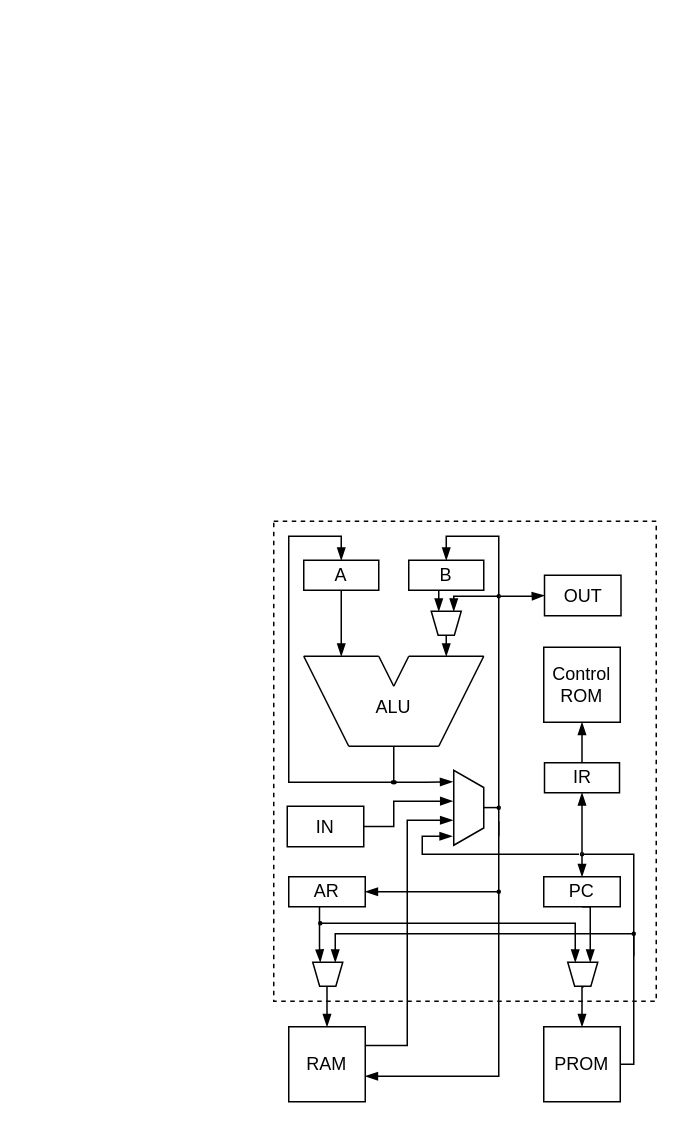
Before: docs/blocos.drawio in RicardoKers/CpuDidatica, a draw.io diagram. Source tidied: cells renumbered, new cells numbered last; positions are measured from the earlier drawing's top-left corner, leaving out a move shared by most shapes. Both pictures are drawn from the tidied source at 150%, with x=0, y=0 at pixel (273, 520).
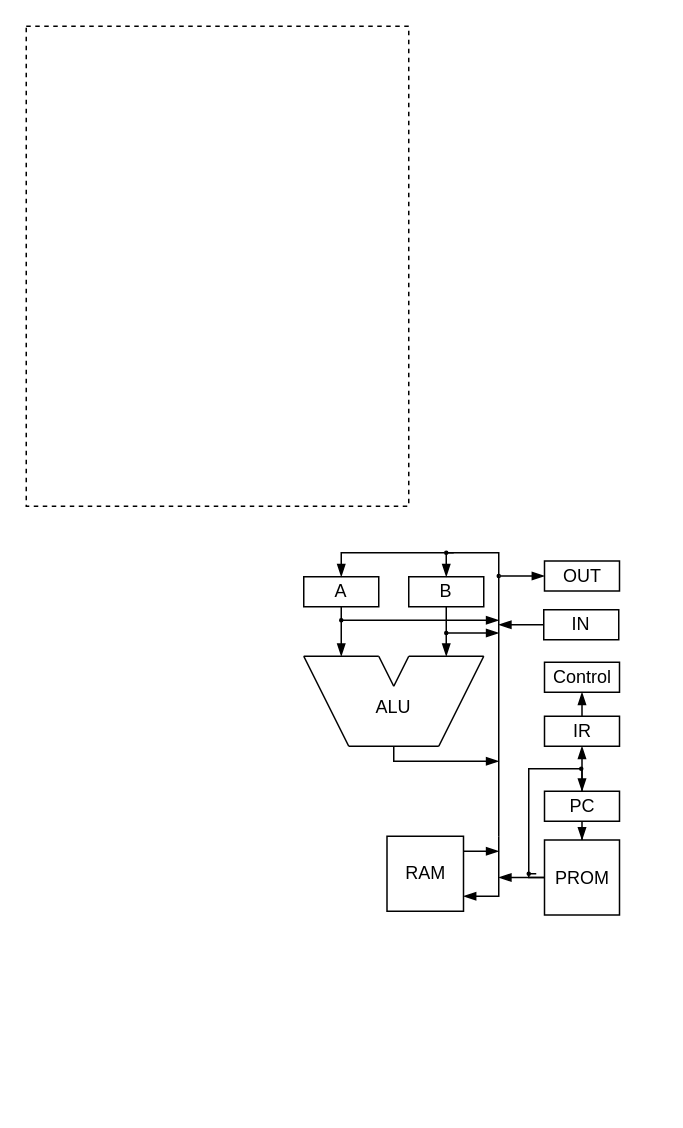
The same diagram, later.

The edit, as a diff of the source:
```diff
@@
     <mxCell id="2" style="rounded=0;whiteSpace=wrap;html=1;fillColor=none;dashed=1;" parent="1" vertex="1">
-      <mxGeometry width="255" height="320" as="geometry" />
+      <mxGeometry x="-165" y="-330" width="255" height="320" as="geometry" />
     </mxCell>
@@
     <mxCell id="4" value="A" style="rounded=0;whiteSpace=wrap;html=1;" parent="1" vertex="1">
-      <mxGeometry x="20" y="26" width="50" height="20" as="geometry" />
+      <mxGeometry x="20" y="37" width="50" height="20" as="geometry" />
     </mxCell>
-    <mxCell id="5" style="edgeStyle=orthogonalEdgeStyle;rounded=0;orthogonalLoop=1;jettySize=auto;html=1;exitX=0.5;exitY=1;exitDx=0;exitDy=0;entryX=0.5;entryY=0;entryDx=0;entryDy=0;startArrow=none;startFill=0;endArrow=blockThin;endFill=1;" parent="1" edge="1">
+    <mxCell id="5" style="edgeStyle=orthogonalEdgeStyle;rounded=0;jettySize=auto;html=1;exitX=0.5;exitY=1;exitDx=0;exitDy=0;startArrow=none;startFill=0;endArrow=blockThin;endFill=1;" parent="1" edge="1" source="65">
       <mxGeometry relative="1" as="geometry">
-        <mxPoint x="110" y="46" as="sourcePoint" />
-        <mxPoint x="110" y="60" as="targetPoint" />
+        <mxPoint x="115" y="90" as="targetPoint" />
       </mxGeometry>
     </mxCell>
     <mxCell id="6" value="B" style="rounded=0;whiteSpace=wrap;html=1;" parent="1" vertex="1">
-      <mxGeometry x="90" y="26" width="50" height="20" as="geometry" />
+      <mxGeometry x="90" y="37" width="50" height="20" as="geometry" />
     </mxCell>
@@
+    <mxCell id="56" style="edgeStyle=orthogonalEdgeStyle;rounded=0;orthogonalLoop=1;jettySize=auto;html=1;endArrow=blockThin;endFill=1;" parent="1" edge="1">
+      <mxGeometry relative="1" as="geometry">
+        <mxPoint x="80" y="150" as="sourcePoint" />
+        <mxPoint x="150" y="160" as="targetPoint" />
+        <Array as="points">
+          <mxPoint x="80" y="160" />
+        </Array>
+      </mxGeometry>
+    </mxCell>
@@
-    <mxCell id="15" style="edgeStyle=orthogonalEdgeStyle;rounded=0;jettySize=auto;html=1;endArrow=none;endFill=0;entryX=0.5;entryY=1;entryDx=0;entryDy=0;" parent="1" edge="1" target="34">
-      <mxGeometry relative="1" as="geometry">
-        <mxPoint x="80" y="150" as="sourcePoint" />
-      </mxGeometry>
-    </mxCell>
     <mxCell id="16" style="edgeStyle=orthogonalEdgeStyle;rounded=0;jettySize=auto;html=1;entryX=0.5;entryY=0;entryDx=0;entryDy=0;endArrow=blockThin;endFill=1;" parent="1" edge="1" target="6">
       <mxGeometry relative="1" as="geometry">
         <mxPoint x="150" y="210" as="sourcePoint" />
         <Array as="points">
-          <mxPoint x="150" y="10" />
-          <mxPoint x="115" y="10" />
+          <mxPoint x="150" y="21" />
+          <mxPoint x="115" y="21" />
         </Array>
       </mxGeometry>
     </mxCell>
-    <mxCell id="17" style="edgeStyle=orthogonalEdgeStyle;rounded=0;jettySize=auto;html=1;endArrow=blockThin;endFill=1;entryX=0.25;entryY=0;entryDx=0;entryDy=0;" parent="1" edge="1" target="53">
-      <mxGeometry relative="1" as="geometry">
-        <mxPoint x="30.5" y="257" as="sourcePoint" />
-        <Array as="points">
-          <mxPoint x="30" y="284" />
-          <mxPoint x="31" y="284" />
-        </Array>
-      </mxGeometry>
-    </mxCell>
-    <mxCell id="18" value="AR" style="rounded=0;whiteSpace=wrap;html=1;" parent="1" vertex="1">
-      <mxGeometry x="10" y="237" width="51" height="20" as="geometry" />
-    </mxCell>
     <mxCell id="19" style="edgeStyle=orthogonalEdgeStyle;rounded=0;jettySize=auto;html=1;endArrow=none;endFill=0;startArrow=blockThin;startFill=1;" parent="1" edge="1" source="21">
       <mxGeometry relative="1" as="geometry">
-        <mxPoint x="150" y="200" as="targetPoint" />
+        <mxPoint x="150" y="210" as="targetPoint" />
         <Array as="points">
-          <mxPoint x="150" y="370" />
+          <mxPoint x="150" y="250" />
         </Array>
       </mxGeometry>
     </mxCell>
-    <mxCell id="20" style="edgeStyle=orthogonalEdgeStyle;rounded=0;jettySize=auto;html=1;entryX=0.313;entryY=0.98;entryDx=0;entryDy=0;entryPerimeter=0;startArrow=none;startFill=0;endArrow=blockThin;endFill=1;exitX=1;exitY=0.25;exitDx=0;exitDy=0;" parent="1" edge="1" source="21">
-      <mxGeometry relative="1" as="geometry">
-        <mxPoint x="119.4" y="199.3" as="targetPoint" />
-        <Array as="points">
-          <mxPoint x="89" y="350" />
-          <mxPoint x="89" y="199" />
-        </Array>
-      </mxGeometry>
-    </mxCell>
+    <mxCell id="57" style="edgeStyle=orthogonalEdgeStyle;rounded=0;jettySize=auto;html=1;endArrow=blockThin;endFill=1;" parent="1" edge="1" source="21">
+      <mxGeometry relative="1" as="geometry">
+        <mxPoint x="150" y="220" as="targetPoint" />
+        <Array as="points">
+          <mxPoint x="150" y="220" />
+        </Array>
+      </mxGeometry>
+    </mxCell>
     <mxCell id="21" value="RAM" style="rounded=0;whiteSpace=wrap;html=1;" parent="1" vertex="1">
-      <mxGeometry x="10" y="337" width="51" height="50" as="geometry" />
+      <mxGeometry x="75.5" y="210" width="51" height="50" as="geometry" />
     </mxCell>
-    <mxCell id="22" style="edgeStyle=orthogonalEdgeStyle;rounded=0;jettySize=auto;html=1;exitX=0.5;exitY=1;exitDx=0;exitDy=0;entryX=0.75;entryY=0;entryDx=0;entryDy=0;startArrow=none;startFill=0;endArrow=blockThin;endFill=1;" parent="1" edge="1" source="23" target="55">
-      <mxGeometry relative="1" as="geometry">
-        <Array as="points">
-          <mxPoint x="211" y="257" />
-        </Array>
-      </mxGeometry>
-    </mxCell>
+    <mxCell id="58" style="edgeStyle=orthogonalEdgeStyle;rounded=0;jettySize=auto;html=1;entryX=0.5;entryY=0;entryDx=0;entryDy=0;endArrow=blockThin;endFill=1;" parent="1" edge="1" source="23" target="25">
+      <mxGeometry relative="1" as="geometry" />
+    </mxCell>
+    <mxCell id="59" style="edgeStyle=orthogonalEdgeStyle;rounded=0;jettySize=auto;html=1;exitX=0.5;exitY=0;exitDx=0;exitDy=0;entryX=0.5;entryY=1;entryDx=0;entryDy=0;endArrow=blockThin;endFill=1;" parent="1" edge="1" source="23" target="30">
+      <mxGeometry relative="1" as="geometry" />
+    </mxCell>
     <mxCell id="23" value="PC" style="rounded=0;whiteSpace=wrap;html=1;" parent="1" vertex="1">
-      <mxGeometry x="180" y="237" width="51" height="20" as="geometry" />
+      <mxGeometry x="180.5" y="180" width="50" height="20" as="geometry" />
     </mxCell>
-    <mxCell id="24" style="edgeStyle=orthogonalEdgeStyle;rounded=0;jettySize=auto;html=1;entryX=0.5;entryY=0;entryDx=0;entryDy=0;endArrow=blockThin;endFill=1;" parent="1" edge="1" source="25" target="23">
+    <mxCell id="24" style="edgeStyle=orthogonalEdgeStyle;rounded=0;jettySize=auto;html=1;entryX=0.5;entryY=0;entryDx=0;entryDy=0;endArrow=blockThin;endFill=1;exitX=0;exitY=0.5;exitDx=0;exitDy=0;" parent="1" edge="1" source="25" target="23">
       <mxGeometry relative="1" as="geometry">
         <Array as="points">
-          <mxPoint x="240" y="362" />
-          <mxPoint x="240" y="222" />
-          <mxPoint x="206" y="222" />
+          <mxPoint x="170" y="237" />
+          <mxPoint x="170" y="165" />
+          <mxPoint x="205" y="165" />
         </Array>
       </mxGeometry>
     </mxCell>
+    <mxCell id="60" style="edgeStyle=orthogonalEdgeStyle;rounded=0;jettySize=auto;html=1;exitX=0;exitY=0.5;exitDx=0;exitDy=0;endArrow=blockThin;endFill=1;" parent="1" edge="1" source="25">
+      <mxGeometry relative="1" as="geometry">
+        <mxPoint x="150" y="237.4" as="targetPoint" />
+      </mxGeometry>
+    </mxCell>
     <mxCell id="25" value="PROM" style="rounded=0;whiteSpace=wrap;html=1;" parent="1" vertex="1">
-      <mxGeometry x="180" y="337" width="51" height="50" as="geometry" />
+      <mxGeometry x="180.5" y="212.5" width="50" height="50" as="geometry" />
     </mxCell>
-    <mxCell id="26" style="verticalLabelPosition=middle;verticalAlign=middle;html=1;shape=trapezoid;perimeter=trapezoidPerimeter;whiteSpace=wrap;size=0.23;arcSize=10;flipV=1;labelPosition=center;align=center;rotation=-90;" parent="1" vertex="1">
-      <mxGeometry x="105" y="181" width="50" height="20" as="geometry" />
-    </mxCell>
-    <mxCell id="27" value="Control&lt;br&gt;ROM" style="rounded=0;whiteSpace=wrap;html=1;" parent="1" vertex="1">
-      <mxGeometry x="180" y="84" width="51" height="50" as="geometry" />
+    <mxCell id="27" value="Control" style="rounded=0;whiteSpace=wrap;html=1;" parent="1" vertex="1">
+      <mxGeometry x="180.5" y="94" width="50" height="20" as="geometry" />
     </mxCell>
-    <mxCell id="28" style="edgeStyle=orthogonalEdgeStyle;rounded=0;jettySize=auto;html=1;entryX=0.5;entryY=1;entryDx=0;entryDy=0;endArrow=blockThin;endFill=1;" parent="1" edge="1" source="30" target="27">
+    <mxCell id="28" style="edgeStyle=orthogonalEdgeStyle;rounded=0;jettySize=auto;html=1;exitX=0.5;exitY=0;exitDx=0;exitDy=0;entryX=0.5;entryY=1;entryDx=0;entryDy=0;endArrow=blockThin;endFill=1;" parent="1" edge="1" source="30" target="27">
       <mxGeometry relative="1" as="geometry" />
     </mxCell>
-    <mxCell id="29" style="edgeStyle=orthogonalEdgeStyle;rounded=0;jettySize=auto;html=1;exitX=0.5;exitY=1;exitDx=0;exitDy=0;entryX=0.5;entryY=0;entryDx=0;entryDy=0;startArrow=blockThin;startFill=1;endArrow=none;endFill=0;" parent="1" edge="1" source="30" target="36">
-      <mxGeometry relative="1" as="geometry" />
-    </mxCell>
     <mxCell id="30" value="IR" style="rounded=0;whiteSpace=wrap;html=1;" parent="1" vertex="1">
-      <mxGeometry x="180.5" y="161" width="50" height="20" as="geometry" />
+      <mxGeometry x="180.5" y="130" width="50" height="20" as="geometry" />
     </mxCell>
-    <mxCell id="31" style="edgeStyle=orthogonalEdgeStyle;rounded=0;orthogonalLoop=1;jettySize=auto;html=1;endArrow=none;endFill=0;exitX=0.547;exitY=-0.056;exitDx=0;exitDy=0;exitPerimeter=0;" parent="1" edge="1">
-      <mxGeometry relative="1" as="geometry">
-        <mxPoint x="140.1" y="190.9" as="sourcePoint" />
-        <mxPoint x="150" y="190" as="targetPoint" />
-      </mxGeometry>
-    </mxCell>
-    <mxCell id="32" style="edgeStyle=orthogonalEdgeStyle;rounded=0;jettySize=auto;html=1;entryX=0.847;entryY=1.035;entryDx=0;entryDy=0;entryPerimeter=0;startArrow=none;startFill=0;endArrow=blockThin;endFill=1;" parent="1" edge="1" source="34" target="26">
-      <mxGeometry relative="1" as="geometry" />
-    </mxCell>
-    <mxCell id="33" style="edgeStyle=orthogonalEdgeStyle;rounded=0;jettySize=auto;html=1;startArrow=none;startFill=0;endArrow=blockThin;endFill=1;entryX=0.5;entryY=0;entryDx=0;entryDy=0;" parent="1" edge="1" source="34" target="4">
+    <mxCell id="33" style="edgeStyle=orthogonalEdgeStyle;rounded=0;jettySize=auto;html=1;startArrow=none;startFill=0;endArrow=blockThin;endFill=1;entryX=0.5;entryY=0;entryDx=0;entryDy=0;" parent="1" edge="1" source="38" target="4">
       <mxGeometry relative="1" as="geometry">
         <Array as="points">
-          <mxPoint x="10" y="174" />
-          <mxPoint x="10" y="10" />
-          <mxPoint x="45" y="10" />
+          <mxPoint x="45" y="21" />
         </Array>
       </mxGeometry>
     </mxCell>
-    <mxCell id="34" style="ellipse;whiteSpace=wrap;html=1;fillColor=#000000;" parent="1" vertex="1">
-      <mxGeometry x="78.5" y="173" width="3" height="2" as="geometry" />
-    </mxCell>
-    <mxCell id="35" style="edgeStyle=orthogonalEdgeStyle;rounded=0;orthogonalLoop=1;jettySize=auto;html=1;entryX=0.12;entryY=1;entryDx=0;entryDy=0;entryPerimeter=0;startArrow=none;startFill=0;endArrow=blockThin;endFill=1;" parent="1" edge="1">
-      <mxGeometry relative="1" as="geometry">
-        <mxPoint x="203.5" y="222" as="sourcePoint" />
-        <mxPoint x="119" y="210" as="targetPoint" />
-        <Array as="points">
-          <mxPoint x="99" y="222" />
-          <mxPoint x="99" y="210" />
-        </Array>
-      </mxGeometry>
-    </mxCell>
-    <mxCell id="36" style="ellipse;whiteSpace=wrap;html=1;fillColor=none;" parent="1" vertex="1">
-      <mxGeometry x="204.5" y="221" width="2" height="2" as="geometry" />
-    </mxCell>
-    <mxCell id="37" style="edgeStyle=orthogonalEdgeStyle;rounded=0;jettySize=auto;html=1;startArrow=none;startFill=0;endArrow=blockThin;endFill=1;entryX=1;entryY=0.5;entryDx=0;entryDy=0;" parent="1" edge="1" source="38" target="18">
-      <mxGeometry relative="1" as="geometry" />
-    </mxCell>
-    <mxCell id="38" style="ellipse;whiteSpace=wrap;html=1;fillColor=#000000;" parent="1" vertex="1">
-      <mxGeometry x="149" y="246" width="2" height="2" as="geometry" />
-    </mxCell>
-    <mxCell id="39" style="edgeStyle=orthogonalEdgeStyle;rounded=0;jettySize=auto;html=1;entryX=0.75;entryY=0;entryDx=0;entryDy=0;startArrow=none;startFill=0;endArrow=blockThin;endFill=1;" parent="1" edge="1" source="41" target="44">
-      <mxGeometry relative="1" as="geometry">
-        <Array as="points">
-          <mxPoint x="120" y="50" />
-        </Array>
-      </mxGeometry>
-    </mxCell>
@@
     <mxCell id="41" style="ellipse;whiteSpace=wrap;html=1;fillColor=none;" parent="1" vertex="1">
-      <mxGeometry x="149" y="49" width="2" height="2" as="geometry" />
+      <mxGeometry x="149" y="35.5" width="2" height="2" as="geometry" />
     </mxCell>
-    <mxCell id="42" style="ellipse;whiteSpace=wrap;html=1;fillColor=none;" parent="1" vertex="1">
-      <mxGeometry x="149" y="190" width="2" height="2" as="geometry" />
-    </mxCell>
-    <mxCell id="43" style="edgeStyle=orthogonalEdgeStyle;rounded=0;jettySize=auto;html=1;exitX=0.5;exitY=1;exitDx=0;exitDy=0;startArrow=none;startFill=0;endArrow=blockThin;endFill=1;" parent="1" edge="1" source="44">
-      <mxGeometry relative="1" as="geometry">
-        <mxPoint x="115" y="90" as="targetPoint" />
-      </mxGeometry>
-    </mxCell>
-    <mxCell id="44" style="verticalLabelPosition=middle;verticalAlign=middle;html=1;shape=trapezoid;perimeter=trapezoidPerimeter;whiteSpace=wrap;size=0.23;arcSize=10;flipV=1;labelPosition=center;align=center;rotation=0;" parent="1" vertex="1">
-      <mxGeometry x="105" y="60" width="20" height="16" as="geometry" />
-    </mxCell>
-    <mxCell id="45" style="edgeStyle=orthogonalEdgeStyle;rounded=0;jettySize=auto;html=1;entryX=0.588;entryY=1.029;entryDx=0;entryDy=0;entryPerimeter=0;startArrow=none;startFill=0;endArrow=blockThin;endFill=1;" parent="1" edge="1" source="46" target="26">
-      <mxGeometry relative="1" as="geometry">
-        <Array as="points">
-          <mxPoint x="80" y="204" />
-          <mxPoint x="80" y="187" />
-        </Array>
-      </mxGeometry>
-    </mxCell>
+    <mxCell id="61" style="edgeStyle=orthogonalEdgeStyle;rounded=0;jettySize=auto;html=1;endArrow=blockThin;endFill=1;" parent="1" edge="1" source="46">
+      <mxGeometry relative="1" as="geometry">
+        <mxPoint x="150" y="69" as="targetPoint" />
+      </mxGeometry>
+    </mxCell>
     <mxCell id="46" value="IN" style="rounded=0;whiteSpace=wrap;html=1;" parent="1" vertex="1">
-      <mxGeometry x="9" y="190" width="51" height="27" as="geometry" />
+      <mxGeometry x="180" y="59" width="50" height="20" as="geometry" />
     </mxCell>
     <mxCell id="47" value="OUT" style="rounded=0;whiteSpace=wrap;html=1;" parent="1" vertex="1">
-      <mxGeometry x="180.5" y="36" width="51" height="27" as="geometry" />
+      <mxGeometry x="180.5" y="26.5" width="50" height="20" as="geometry" />
     </mxCell>
-    <mxCell id="48" style="edgeStyle=orthogonalEdgeStyle;rounded=0;jettySize=auto;html=1;entryX=0.25;entryY=0;entryDx=0;entryDy=0;startArrow=none;startFill=0;endArrow=blockThin;endFill=1;" parent="1" edge="1" source="49" target="55">
-      <mxGeometry relative="1" as="geometry" />
-    </mxCell>
-    <mxCell id="49" style="ellipse;whiteSpace=wrap;html=1;fillColor=#000000;" parent="1" vertex="1">
-      <mxGeometry x="30" y="267" width="2" height="2" as="geometry" />
-    </mxCell>
-    <mxCell id="50" style="edgeStyle=orthogonalEdgeStyle;rounded=0;jettySize=auto;html=1;entryX=0.75;entryY=0;entryDx=0;entryDy=0;startArrow=none;startFill=0;endArrow=blockThin;endFill=1;" parent="1" edge="1" target="53">
-      <mxGeometry relative="1" as="geometry">
-        <mxPoint x="240" y="290" as="sourcePoint" />
-        <Array as="points">
-          <mxPoint x="240" y="275" />
-          <mxPoint x="41" y="275" />
-        </Array>
-      </mxGeometry>
-    </mxCell>
+    <mxCell id="62" style="edgeStyle=orthogonalEdgeStyle;rounded=0;jettySize=auto;html=1;endArrow=blockThin;endFill=1;" parent="1" edge="1" source="51">
+      <mxGeometry relative="1" as="geometry">
+        <mxPoint x="150" y="66" as="targetPoint" />
+      </mxGeometry>
+    </mxCell>
     <mxCell id="51" style="ellipse;whiteSpace=wrap;html=1;fillColor=#000000;" parent="1" vertex="1">
-      <mxGeometry x="239" y="274" width="2" height="2" as="geometry" />
+      <mxGeometry x="44" y="65" width="2" height="2" as="geometry" />
     </mxCell>
-    <mxCell id="52" style="edgeStyle=orthogonalEdgeStyle;rounded=0;orthogonalLoop=1;jettySize=auto;html=1;entryX=0.5;entryY=0;entryDx=0;entryDy=0;startArrow=none;startFill=0;endArrow=blockThin;endFill=1;" parent="1" edge="1">
-      <mxGeometry relative="1" as="geometry">
-        <mxPoint x="36" y="310" as="sourcePoint" />
-        <mxPoint x="35.5" y="337" as="targetPoint" />
-        <Array as="points">
-          <mxPoint x="36" y="337" />
-        </Array>
-      </mxGeometry>
-    </mxCell>
-    <mxCell id="53" style="verticalLabelPosition=middle;verticalAlign=middle;html=1;shape=trapezoid;perimeter=trapezoidPerimeter;whiteSpace=wrap;size=0.23;arcSize=10;flipV=1;labelPosition=center;align=center;rotation=0;" parent="1" vertex="1">
-      <mxGeometry x="26" y="294" width="20" height="16" as="geometry" />
-    </mxCell>
-    <mxCell id="54" style="edgeStyle=orthogonalEdgeStyle;rounded=0;jettySize=auto;html=1;startArrow=none;startFill=0;endArrow=blockThin;endFill=1;exitX=0.528;exitY=-0.031;exitDx=0;exitDy=0;exitPerimeter=0;entryX=0.5;entryY=0;entryDx=0;entryDy=0;" parent="1" edge="1" source="55" target="25">
-      <mxGeometry relative="1" as="geometry" />
-    </mxCell>
-    <mxCell id="55" style="verticalLabelPosition=middle;verticalAlign=middle;html=1;shape=trapezoid;perimeter=trapezoidPerimeter;whiteSpace=wrap;size=0.23;arcSize=10;flipV=1;labelPosition=center;align=center;rotation=0;" parent="1" vertex="1">
-      <mxGeometry x="196" y="294" width="20" height="16" as="geometry" />
-    </mxCell>
+    <mxCell id="38" style="ellipse;whiteSpace=wrap;html=1;fillColor=#000000;" parent="1" vertex="1">
+      <mxGeometry x="114" y="20" width="2" height="2" as="geometry" />
+    </mxCell>
+    <mxCell id="63" style="edgeStyle=orthogonalEdgeStyle;rounded=0;jettySize=auto;html=1;startArrow=none;startFill=0;endArrow=none;endFill=1;entryX=0.5;entryY=0;entryDx=0;entryDy=0;" parent="1" edge="1" target="38">
+      <mxGeometry relative="1" as="geometry">
+        <mxPoint x="120" y="21" as="sourcePoint" />
+      </mxGeometry>
+    </mxCell>
+    <mxCell id="64" style="edgeStyle=orthogonalEdgeStyle;rounded=0;jettySize=auto;html=1;endArrow=blockThin;endFill=1;" parent="1" edge="1" source="65">
+      <mxGeometry relative="1" as="geometry">
+        <mxPoint x="150" y="74.5" as="targetPoint" />
+      </mxGeometry>
+    </mxCell>
+    <mxCell id="65" style="ellipse;whiteSpace=wrap;html=1;fillColor=#000000;" parent="1" vertex="1">
+      <mxGeometry x="114" y="73.5" width="2" height="2" as="geometry" />
+    </mxCell>
+    <mxCell id="66" style="edgeStyle=orthogonalEdgeStyle;rounded=0;jettySize=auto;html=1;exitX=0.5;exitY=1;exitDx=0;exitDy=0;startArrow=none;startFill=0;endArrow=none;endFill=1;" parent="1" edge="1" source="6" target="65">
+      <mxGeometry relative="1" as="geometry">
+        <Array as="points">
+          <mxPoint x="115" y="70" />
+          <mxPoint x="115" y="70" />
+        </Array>
+      </mxGeometry>
+    </mxCell>
+    <mxCell id="67" style="ellipse;whiteSpace=wrap;html=1;fillColor=#000000;" parent="1" vertex="1">
+      <mxGeometry x="204" y="164" width="2" height="2" as="geometry" />
+    </mxCell>
+    <mxCell id="68" style="ellipse;whiteSpace=wrap;html=1;fillColor=#000000;" parent="1" vertex="1">
+      <mxGeometry x="169" y="234" width="2" height="2" as="geometry" />
+    </mxCell>
+    <mxCell id="69" style="edgeStyle=orthogonalEdgeStyle;rounded=0;jettySize=auto;html=1;startArrow=none;startFill=0;endArrow=none;endFill=1;entryX=0.5;entryY=0;entryDx=0;entryDy=0;" parent="1" edge="1" target="68">
+      <mxGeometry relative="1" as="geometry">
+        <mxPoint x="175" y="235" as="sourcePoint" />
+      </mxGeometry>
+    </mxCell>
```
